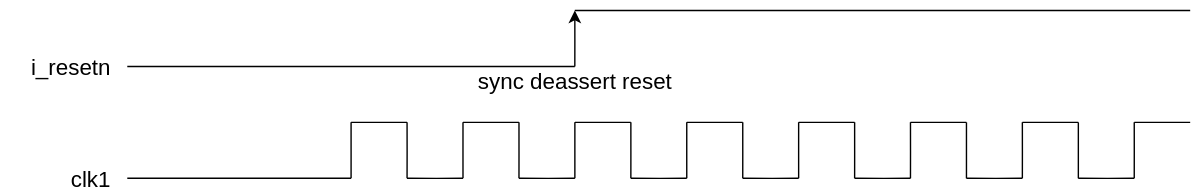
The draw.io diagram de/platform_clk_resetn_gen/gen_resetn/include/power_on_reset_clock_sequence.svg in jnjnliwenjie0022/obs, before a commit. Source tidied: cells renumbered, new cells last; positions are measured from the earlier drawing's top-left corner, leaving out a move shared by most shapes. Source of this version:
```xml
<mxGraphModel background="#ffffff">
  <root>
    <mxCell id="0" />
    <mxCell id="1" parent="0" />
    <mxCell id="2" style="edgeStyle=orthogonalEdgeStyle;rounded=0;orthogonalLoop=1;jettySize=auto;html=1;endArrow=none;endFill=0;" parent="1" edge="1">
      <mxGeometry relative="1" as="geometry">
        <mxPoint x="90" y="40" as="sourcePoint" />
        <mxPoint x="410" y="40" as="targetPoint" />
      </mxGeometry>
    </mxCell>
    <mxCell id="3" style="edgeStyle=orthogonalEdgeStyle;rounded=0;orthogonalLoop=1;jettySize=auto;html=1;endArrow=classic;endFill=1;" parent="1" edge="1">
      <mxGeometry relative="1" as="geometry">
        <mxPoint x="410" y="40" as="sourcePoint" />
        <mxPoint x="410" as="targetPoint" />
      </mxGeometry>
    </mxCell>
    <mxCell id="4" style="edgeStyle=orthogonalEdgeStyle;rounded=0;orthogonalLoop=1;jettySize=auto;html=1;endArrow=none;endFill=0;" parent="1" edge="1">
      <mxGeometry relative="1" as="geometry">
        <mxPoint x="410" as="sourcePoint" />
        <mxPoint x="850" as="targetPoint" />
      </mxGeometry>
    </mxCell>
    <mxCell id="5" style="edgeStyle=orthogonalEdgeStyle;rounded=0;orthogonalLoop=1;jettySize=auto;html=1;endArrow=none;endFill=0;" parent="1" edge="1">
      <mxGeometry relative="1" as="geometry">
        <mxPoint x="330" y="120" as="sourcePoint" />
        <mxPoint x="330" y="80" as="targetPoint" />
      </mxGeometry>
    </mxCell>
    <mxCell id="6" style="edgeStyle=orthogonalEdgeStyle;rounded=0;orthogonalLoop=1;jettySize=auto;html=1;endArrow=none;endFill=0;" parent="1" edge="1">
      <mxGeometry relative="1" as="geometry">
        <mxPoint x="370.1" y="120" as="sourcePoint" />
        <mxPoint x="370.1" y="80" as="targetPoint" />
      </mxGeometry>
    </mxCell>
    <mxCell id="7" style="edgeStyle=orthogonalEdgeStyle;rounded=0;orthogonalLoop=1;jettySize=auto;html=1;endArrow=none;endFill=0;" parent="1" edge="1">
      <mxGeometry relative="1" as="geometry">
        <mxPoint x="330" y="80" as="sourcePoint" />
        <mxPoint x="370" y="80" as="targetPoint" />
      </mxGeometry>
    </mxCell>
    <mxCell id="8" style="edgeStyle=orthogonalEdgeStyle;rounded=0;orthogonalLoop=1;jettySize=auto;html=1;endArrow=none;endFill=0;" parent="1" edge="1">
      <mxGeometry relative="1" as="geometry">
        <mxPoint x="410" y="120" as="sourcePoint" />
        <mxPoint x="410" y="80" as="targetPoint" />
      </mxGeometry>
    </mxCell>
    <mxCell id="9" style="edgeStyle=orthogonalEdgeStyle;rounded=0;orthogonalLoop=1;jettySize=auto;html=1;endArrow=none;endFill=0;" parent="1" edge="1">
      <mxGeometry relative="1" as="geometry">
        <mxPoint x="370" y="120" as="sourcePoint" />
        <mxPoint x="410" y="120" as="targetPoint" />
      </mxGeometry>
    </mxCell>
    <mxCell id="10" style="edgeStyle=orthogonalEdgeStyle;rounded=0;orthogonalLoop=1;jettySize=auto;html=1;endArrow=none;endFill=0;" parent="1" edge="1">
      <mxGeometry relative="1" as="geometry">
        <mxPoint x="450.1" y="120" as="sourcePoint" />
        <mxPoint x="450.1" y="80" as="targetPoint" />
      </mxGeometry>
    </mxCell>
    <mxCell id="11" style="edgeStyle=orthogonalEdgeStyle;rounded=0;orthogonalLoop=1;jettySize=auto;html=1;endArrow=none;endFill=0;" parent="1" edge="1">
      <mxGeometry relative="1" as="geometry">
        <mxPoint x="410" y="80" as="sourcePoint" />
        <mxPoint x="450" y="80" as="targetPoint" />
      </mxGeometry>
    </mxCell>
    <mxCell id="12" style="edgeStyle=orthogonalEdgeStyle;rounded=0;orthogonalLoop=1;jettySize=auto;html=1;endArrow=none;endFill=0;" parent="1" edge="1">
      <mxGeometry relative="1" as="geometry">
        <mxPoint x="490" y="120" as="sourcePoint" />
        <mxPoint x="490" y="80" as="targetPoint" />
      </mxGeometry>
    </mxCell>
    <mxCell id="13" style="edgeStyle=orthogonalEdgeStyle;rounded=0;orthogonalLoop=1;jettySize=auto;html=1;endArrow=none;endFill=0;" parent="1" edge="1">
      <mxGeometry relative="1" as="geometry">
        <mxPoint x="450" y="120" as="sourcePoint" />
        <mxPoint x="490" y="120" as="targetPoint" />
      </mxGeometry>
    </mxCell>
    <mxCell id="14" style="edgeStyle=orthogonalEdgeStyle;rounded=0;orthogonalLoop=1;jettySize=auto;html=1;endArrow=none;endFill=0;" parent="1" edge="1">
      <mxGeometry relative="1" as="geometry">
        <mxPoint x="530.1" y="120" as="sourcePoint" />
        <mxPoint x="530.1" y="80" as="targetPoint" />
      </mxGeometry>
    </mxCell>
    <mxCell id="15" style="edgeStyle=orthogonalEdgeStyle;rounded=0;orthogonalLoop=1;jettySize=auto;html=1;endArrow=none;endFill=0;" parent="1" edge="1">
      <mxGeometry relative="1" as="geometry">
        <mxPoint x="490" y="80" as="sourcePoint" />
        <mxPoint x="530" y="80" as="targetPoint" />
      </mxGeometry>
    </mxCell>
    <mxCell id="16" style="edgeStyle=orthogonalEdgeStyle;rounded=0;orthogonalLoop=1;jettySize=auto;html=1;endArrow=none;endFill=0;" parent="1" edge="1">
      <mxGeometry relative="1" as="geometry">
        <mxPoint x="570" y="120" as="sourcePoint" />
        <mxPoint x="570" y="80" as="targetPoint" />
      </mxGeometry>
    </mxCell>
    <mxCell id="17" style="edgeStyle=orthogonalEdgeStyle;rounded=0;orthogonalLoop=1;jettySize=auto;html=1;endArrow=none;endFill=0;" parent="1" edge="1">
      <mxGeometry relative="1" as="geometry">
        <mxPoint x="530" y="120" as="sourcePoint" />
        <mxPoint x="570" y="120" as="targetPoint" />
      </mxGeometry>
    </mxCell>
    <mxCell id="18" style="edgeStyle=orthogonalEdgeStyle;rounded=0;orthogonalLoop=1;jettySize=auto;html=1;endArrow=none;endFill=0;" parent="1" edge="1">
      <mxGeometry relative="1" as="geometry">
        <mxPoint x="610.1" y="120" as="sourcePoint" />
        <mxPoint x="610.1" y="80" as="targetPoint" />
      </mxGeometry>
    </mxCell>
    <mxCell id="19" style="edgeStyle=orthogonalEdgeStyle;rounded=0;orthogonalLoop=1;jettySize=auto;html=1;endArrow=none;endFill=0;" parent="1" edge="1">
      <mxGeometry relative="1" as="geometry">
        <mxPoint x="570" y="80" as="sourcePoint" />
        <mxPoint x="610" y="80" as="targetPoint" />
      </mxGeometry>
    </mxCell>
    <mxCell id="20" style="edgeStyle=orthogonalEdgeStyle;rounded=0;orthogonalLoop=1;jettySize=auto;html=1;endArrow=none;endFill=0;" parent="1" edge="1">
      <mxGeometry relative="1" as="geometry">
        <mxPoint x="610" y="120" as="sourcePoint" />
        <mxPoint x="650" y="120" as="targetPoint" />
      </mxGeometry>
    </mxCell>
    <mxCell id="21" style="edgeStyle=orthogonalEdgeStyle;rounded=0;orthogonalLoop=1;jettySize=auto;html=1;endArrow=none;endFill=0;" parent="1" edge="1">
      <mxGeometry relative="1" as="geometry">
        <mxPoint x="250" y="120" as="sourcePoint" />
        <mxPoint x="250" y="80" as="targetPoint" />
      </mxGeometry>
    </mxCell>
    <mxCell id="22" style="edgeStyle=orthogonalEdgeStyle;rounded=0;orthogonalLoop=1;jettySize=auto;html=1;endArrow=none;endFill=0;" parent="1" edge="1">
      <mxGeometry relative="1" as="geometry">
        <mxPoint x="290.1" y="120" as="sourcePoint" />
        <mxPoint x="290.1" y="80" as="targetPoint" />
      </mxGeometry>
    </mxCell>
    <mxCell id="23" style="edgeStyle=orthogonalEdgeStyle;rounded=0;orthogonalLoop=1;jettySize=auto;html=1;endArrow=none;endFill=0;" parent="1" edge="1">
      <mxGeometry relative="1" as="geometry">
        <mxPoint x="250" y="80" as="sourcePoint" />
        <mxPoint x="290" y="80" as="targetPoint" />
      </mxGeometry>
    </mxCell>
    <mxCell id="24" style="edgeStyle=orthogonalEdgeStyle;rounded=0;orthogonalLoop=1;jettySize=auto;html=1;endArrow=none;endFill=0;" parent="1" edge="1">
      <mxGeometry relative="1" as="geometry">
        <mxPoint x="290" y="120" as="sourcePoint" />
        <mxPoint x="330" y="120" as="targetPoint" />
      </mxGeometry>
    </mxCell>
    <mxCell id="25" style="edgeStyle=orthogonalEdgeStyle;rounded=0;orthogonalLoop=1;jettySize=auto;html=1;endArrow=none;endFill=0;" parent="1" edge="1">
      <mxGeometry relative="1" as="geometry">
        <mxPoint x="90" y="120" as="sourcePoint" />
        <mxPoint x="250" y="120" as="targetPoint" />
      </mxGeometry>
    </mxCell>
    <mxCell id="26" style="edgeStyle=orthogonalEdgeStyle;rounded=0;orthogonalLoop=1;jettySize=auto;html=1;endArrow=none;endFill=0;" parent="1" edge="1">
      <mxGeometry relative="1" as="geometry">
        <mxPoint x="650" y="120" as="sourcePoint" />
        <mxPoint x="650" y="80" as="targetPoint" />
      </mxGeometry>
    </mxCell>
    <mxCell id="27" style="edgeStyle=orthogonalEdgeStyle;rounded=0;orthogonalLoop=1;jettySize=auto;html=1;endArrow=none;endFill=0;" parent="1" edge="1">
      <mxGeometry relative="1" as="geometry">
        <mxPoint x="690" y="120" as="sourcePoint" />
        <mxPoint x="690" y="80" as="targetPoint" />
      </mxGeometry>
    </mxCell>
    <mxCell id="28" style="edgeStyle=orthogonalEdgeStyle;rounded=0;orthogonalLoop=1;jettySize=auto;html=1;endArrow=none;endFill=0;" parent="1" edge="1">
      <mxGeometry relative="1" as="geometry">
        <mxPoint x="650" y="80" as="sourcePoint" />
        <mxPoint x="690" y="80" as="targetPoint" />
      </mxGeometry>
    </mxCell>
    <mxCell id="29" style="edgeStyle=orthogonalEdgeStyle;rounded=0;orthogonalLoop=1;jettySize=auto;html=1;endArrow=none;endFill=0;" parent="1" edge="1">
      <mxGeometry relative="1" as="geometry">
        <mxPoint x="730" y="120" as="sourcePoint" />
        <mxPoint x="730" y="80" as="targetPoint" />
      </mxGeometry>
    </mxCell>
    <mxCell id="30" style="edgeStyle=orthogonalEdgeStyle;rounded=0;orthogonalLoop=1;jettySize=auto;html=1;endArrow=none;endFill=0;" parent="1" edge="1">
      <mxGeometry relative="1" as="geometry">
        <mxPoint x="690" y="120" as="sourcePoint" />
        <mxPoint x="730" y="120" as="targetPoint" />
      </mxGeometry>
    </mxCell>
    <mxCell id="31" style="edgeStyle=orthogonalEdgeStyle;rounded=0;orthogonalLoop=1;jettySize=auto;html=1;endArrow=none;endFill=0;" parent="1" edge="1">
      <mxGeometry relative="1" as="geometry">
        <mxPoint x="770" y="120" as="sourcePoint" />
        <mxPoint x="770" y="80" as="targetPoint" />
      </mxGeometry>
    </mxCell>
    <mxCell id="32" style="edgeStyle=orthogonalEdgeStyle;rounded=0;orthogonalLoop=1;jettySize=auto;html=1;endArrow=none;endFill=0;" parent="1" edge="1">
      <mxGeometry relative="1" as="geometry">
        <mxPoint x="730" y="80" as="sourcePoint" />
        <mxPoint x="770" y="80" as="targetPoint" />
      </mxGeometry>
    </mxCell>
    <mxCell id="33" style="edgeStyle=orthogonalEdgeStyle;rounded=0;orthogonalLoop=1;jettySize=auto;html=1;endArrow=none;endFill=0;" parent="1" edge="1">
      <mxGeometry relative="1" as="geometry">
        <mxPoint x="810" y="120" as="sourcePoint" />
        <mxPoint x="810" y="80" as="targetPoint" />
      </mxGeometry>
    </mxCell>
    <mxCell id="34" style="edgeStyle=orthogonalEdgeStyle;rounded=0;orthogonalLoop=1;jettySize=auto;html=1;endArrow=none;endFill=0;" parent="1" edge="1">
      <mxGeometry relative="1" as="geometry">
        <mxPoint x="770" y="120" as="sourcePoint" />
        <mxPoint x="810" y="120" as="targetPoint" />
      </mxGeometry>
    </mxCell>
    <mxCell id="35" style="edgeStyle=orthogonalEdgeStyle;rounded=0;orthogonalLoop=1;jettySize=auto;html=1;endArrow=none;endFill=0;" parent="1" edge="1">
      <mxGeometry relative="1" as="geometry">
        <mxPoint x="810" y="80" as="sourcePoint" />
        <mxPoint x="850" y="80" as="targetPoint" />
      </mxGeometry>
    </mxCell>
    <mxCell id="36" value="i_resetn" style="rounded=0;whiteSpace=wrap;html=1;fontSize=16;fillColor=none;strokeColor=none;align=right;" parent="1" vertex="1">
      <mxGeometry y="30" width="80" height="20" as="geometry" />
    </mxCell>
    <mxCell id="37" value="clk1" style="rounded=0;whiteSpace=wrap;html=1;fontSize=16;fillColor=none;strokeColor=none;align=right;" parent="1" vertex="1">
      <mxGeometry y="110" width="80" height="20" as="geometry" />
    </mxCell>
    <mxCell id="38" value="sync&amp;nbsp;deassert&amp;nbsp;reset" style="rounded=0;whiteSpace=wrap;html=1;fontSize=16;fillColor=none;strokeColor=none;align=center;" parent="1" vertex="1">
      <mxGeometry x="340" y="40" width="140" height="20" as="geometry" />
    </mxCell>
  </root>
</mxGraphModel>
```
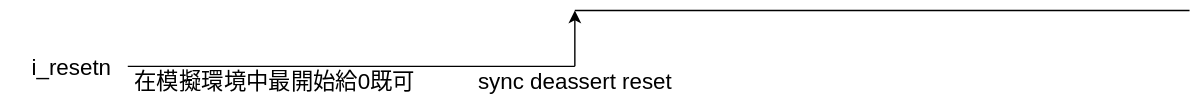
After the commit.

The edit, as a diff of the source:
```diff
@@ -20,200 +20,14 @@
         <mxPoint x="850" as="targetPoint" />
       </mxGeometry>
     </mxCell>
-    <mxCell id="5" style="edgeStyle=orthogonalEdgeStyle;rounded=0;orthogonalLoop=1;jettySize=auto;html=1;endArrow=none;endFill=0;" parent="1" edge="1">
-      <mxGeometry relative="1" as="geometry">
-        <mxPoint x="330" y="120" as="sourcePoint" />
-        <mxPoint x="330" y="80" as="targetPoint" />
-      </mxGeometry>
-    </mxCell>
-    <mxCell id="6" style="edgeStyle=orthogonalEdgeStyle;rounded=0;orthogonalLoop=1;jettySize=auto;html=1;endArrow=none;endFill=0;" parent="1" edge="1">
-      <mxGeometry relative="1" as="geometry">
-        <mxPoint x="370.1" y="120" as="sourcePoint" />
-        <mxPoint x="370.1" y="80" as="targetPoint" />
-      </mxGeometry>
-    </mxCell>
-    <mxCell id="7" style="edgeStyle=orthogonalEdgeStyle;rounded=0;orthogonalLoop=1;jettySize=auto;html=1;endArrow=none;endFill=0;" parent="1" edge="1">
-      <mxGeometry relative="1" as="geometry">
-        <mxPoint x="330" y="80" as="sourcePoint" />
-        <mxPoint x="370" y="80" as="targetPoint" />
-      </mxGeometry>
-    </mxCell>
-    <mxCell id="8" style="edgeStyle=orthogonalEdgeStyle;rounded=0;orthogonalLoop=1;jettySize=auto;html=1;endArrow=none;endFill=0;" parent="1" edge="1">
-      <mxGeometry relative="1" as="geometry">
-        <mxPoint x="410" y="120" as="sourcePoint" />
-        <mxPoint x="410" y="80" as="targetPoint" />
-      </mxGeometry>
-    </mxCell>
-    <mxCell id="9" style="edgeStyle=orthogonalEdgeStyle;rounded=0;orthogonalLoop=1;jettySize=auto;html=1;endArrow=none;endFill=0;" parent="1" edge="1">
-      <mxGeometry relative="1" as="geometry">
-        <mxPoint x="370" y="120" as="sourcePoint" />
-        <mxPoint x="410" y="120" as="targetPoint" />
-      </mxGeometry>
-    </mxCell>
-    <mxCell id="10" style="edgeStyle=orthogonalEdgeStyle;rounded=0;orthogonalLoop=1;jettySize=auto;html=1;endArrow=none;endFill=0;" parent="1" edge="1">
-      <mxGeometry relative="1" as="geometry">
-        <mxPoint x="450.1" y="120" as="sourcePoint" />
-        <mxPoint x="450.1" y="80" as="targetPoint" />
-      </mxGeometry>
-    </mxCell>
-    <mxCell id="11" style="edgeStyle=orthogonalEdgeStyle;rounded=0;orthogonalLoop=1;jettySize=auto;html=1;endArrow=none;endFill=0;" parent="1" edge="1">
-      <mxGeometry relative="1" as="geometry">
-        <mxPoint x="410" y="80" as="sourcePoint" />
-        <mxPoint x="450" y="80" as="targetPoint" />
-      </mxGeometry>
-    </mxCell>
-    <mxCell id="12" style="edgeStyle=orthogonalEdgeStyle;rounded=0;orthogonalLoop=1;jettySize=auto;html=1;endArrow=none;endFill=0;" parent="1" edge="1">
-      <mxGeometry relative="1" as="geometry">
-        <mxPoint x="490" y="120" as="sourcePoint" />
-        <mxPoint x="490" y="80" as="targetPoint" />
-      </mxGeometry>
-    </mxCell>
-    <mxCell id="13" style="edgeStyle=orthogonalEdgeStyle;rounded=0;orthogonalLoop=1;jettySize=auto;html=1;endArrow=none;endFill=0;" parent="1" edge="1">
-      <mxGeometry relative="1" as="geometry">
-        <mxPoint x="450" y="120" as="sourcePoint" />
-        <mxPoint x="490" y="120" as="targetPoint" />
-      </mxGeometry>
-    </mxCell>
-    <mxCell id="14" style="edgeStyle=orthogonalEdgeStyle;rounded=0;orthogonalLoop=1;jettySize=auto;html=1;endArrow=none;endFill=0;" parent="1" edge="1">
-      <mxGeometry relative="1" as="geometry">
-        <mxPoint x="530.1" y="120" as="sourcePoint" />
-        <mxPoint x="530.1" y="80" as="targetPoint" />
-      </mxGeometry>
-    </mxCell>
-    <mxCell id="15" style="edgeStyle=orthogonalEdgeStyle;rounded=0;orthogonalLoop=1;jettySize=auto;html=1;endArrow=none;endFill=0;" parent="1" edge="1">
-      <mxGeometry relative="1" as="geometry">
-        <mxPoint x="490" y="80" as="sourcePoint" />
-        <mxPoint x="530" y="80" as="targetPoint" />
-      </mxGeometry>
-    </mxCell>
-    <mxCell id="16" style="edgeStyle=orthogonalEdgeStyle;rounded=0;orthogonalLoop=1;jettySize=auto;html=1;endArrow=none;endFill=0;" parent="1" edge="1">
-      <mxGeometry relative="1" as="geometry">
-        <mxPoint x="570" y="120" as="sourcePoint" />
-        <mxPoint x="570" y="80" as="targetPoint" />
-      </mxGeometry>
-    </mxCell>
-    <mxCell id="17" style="edgeStyle=orthogonalEdgeStyle;rounded=0;orthogonalLoop=1;jettySize=auto;html=1;endArrow=none;endFill=0;" parent="1" edge="1">
-      <mxGeometry relative="1" as="geometry">
-        <mxPoint x="530" y="120" as="sourcePoint" />
-        <mxPoint x="570" y="120" as="targetPoint" />
-      </mxGeometry>
-    </mxCell>
-    <mxCell id="18" style="edgeStyle=orthogonalEdgeStyle;rounded=0;orthogonalLoop=1;jettySize=auto;html=1;endArrow=none;endFill=0;" parent="1" edge="1">
-      <mxGeometry relative="1" as="geometry">
-        <mxPoint x="610.1" y="120" as="sourcePoint" />
-        <mxPoint x="610.1" y="80" as="targetPoint" />
-      </mxGeometry>
-    </mxCell>
-    <mxCell id="19" style="edgeStyle=orthogonalEdgeStyle;rounded=0;orthogonalLoop=1;jettySize=auto;html=1;endArrow=none;endFill=0;" parent="1" edge="1">
-      <mxGeometry relative="1" as="geometry">
-        <mxPoint x="570" y="80" as="sourcePoint" />
-        <mxPoint x="610" y="80" as="targetPoint" />
-      </mxGeometry>
-    </mxCell>
-    <mxCell id="20" style="edgeStyle=orthogonalEdgeStyle;rounded=0;orthogonalLoop=1;jettySize=auto;html=1;endArrow=none;endFill=0;" parent="1" edge="1">
-      <mxGeometry relative="1" as="geometry">
-        <mxPoint x="610" y="120" as="sourcePoint" />
-        <mxPoint x="650" y="120" as="targetPoint" />
-      </mxGeometry>
-    </mxCell>
-    <mxCell id="21" style="edgeStyle=orthogonalEdgeStyle;rounded=0;orthogonalLoop=1;jettySize=auto;html=1;endArrow=none;endFill=0;" parent="1" edge="1">
-      <mxGeometry relative="1" as="geometry">
-        <mxPoint x="250" y="120" as="sourcePoint" />
-        <mxPoint x="250" y="80" as="targetPoint" />
-      </mxGeometry>
-    </mxCell>
-    <mxCell id="22" style="edgeStyle=orthogonalEdgeStyle;rounded=0;orthogonalLoop=1;jettySize=auto;html=1;endArrow=none;endFill=0;" parent="1" edge="1">
-      <mxGeometry relative="1" as="geometry">
-        <mxPoint x="290.1" y="120" as="sourcePoint" />
-        <mxPoint x="290.1" y="80" as="targetPoint" />
-      </mxGeometry>
-    </mxCell>
-    <mxCell id="23" style="edgeStyle=orthogonalEdgeStyle;rounded=0;orthogonalLoop=1;jettySize=auto;html=1;endArrow=none;endFill=0;" parent="1" edge="1">
-      <mxGeometry relative="1" as="geometry">
-        <mxPoint x="250" y="80" as="sourcePoint" />
-        <mxPoint x="290" y="80" as="targetPoint" />
-      </mxGeometry>
-    </mxCell>
-    <mxCell id="24" style="edgeStyle=orthogonalEdgeStyle;rounded=0;orthogonalLoop=1;jettySize=auto;html=1;endArrow=none;endFill=0;" parent="1" edge="1">
-      <mxGeometry relative="1" as="geometry">
-        <mxPoint x="290" y="120" as="sourcePoint" />
-        <mxPoint x="330" y="120" as="targetPoint" />
-      </mxGeometry>
-    </mxCell>
-    <mxCell id="25" style="edgeStyle=orthogonalEdgeStyle;rounded=0;orthogonalLoop=1;jettySize=auto;html=1;endArrow=none;endFill=0;" parent="1" edge="1">
-      <mxGeometry relative="1" as="geometry">
-        <mxPoint x="90" y="120" as="sourcePoint" />
-        <mxPoint x="250" y="120" as="targetPoint" />
-      </mxGeometry>
-    </mxCell>
-    <mxCell id="26" style="edgeStyle=orthogonalEdgeStyle;rounded=0;orthogonalLoop=1;jettySize=auto;html=1;endArrow=none;endFill=0;" parent="1" edge="1">
-      <mxGeometry relative="1" as="geometry">
-        <mxPoint x="650" y="120" as="sourcePoint" />
-        <mxPoint x="650" y="80" as="targetPoint" />
-      </mxGeometry>
-    </mxCell>
-    <mxCell id="27" style="edgeStyle=orthogonalEdgeStyle;rounded=0;orthogonalLoop=1;jettySize=auto;html=1;endArrow=none;endFill=0;" parent="1" edge="1">
-      <mxGeometry relative="1" as="geometry">
-        <mxPoint x="690" y="120" as="sourcePoint" />
-        <mxPoint x="690" y="80" as="targetPoint" />
-      </mxGeometry>
-    </mxCell>
-    <mxCell id="28" style="edgeStyle=orthogonalEdgeStyle;rounded=0;orthogonalLoop=1;jettySize=auto;html=1;endArrow=none;endFill=0;" parent="1" edge="1">
-      <mxGeometry relative="1" as="geometry">
-        <mxPoint x="650" y="80" as="sourcePoint" />
-        <mxPoint x="690" y="80" as="targetPoint" />
-      </mxGeometry>
-    </mxCell>
-    <mxCell id="29" style="edgeStyle=orthogonalEdgeStyle;rounded=0;orthogonalLoop=1;jettySize=auto;html=1;endArrow=none;endFill=0;" parent="1" edge="1">
-      <mxGeometry relative="1" as="geometry">
-        <mxPoint x="730" y="120" as="sourcePoint" />
-        <mxPoint x="730" y="80" as="targetPoint" />
-      </mxGeometry>
-    </mxCell>
-    <mxCell id="30" style="edgeStyle=orthogonalEdgeStyle;rounded=0;orthogonalLoop=1;jettySize=auto;html=1;endArrow=none;endFill=0;" parent="1" edge="1">
-      <mxGeometry relative="1" as="geometry">
-        <mxPoint x="690" y="120" as="sourcePoint" />
-        <mxPoint x="730" y="120" as="targetPoint" />
-      </mxGeometry>
-    </mxCell>
-    <mxCell id="31" style="edgeStyle=orthogonalEdgeStyle;rounded=0;orthogonalLoop=1;jettySize=auto;html=1;endArrow=none;endFill=0;" parent="1" edge="1">
-      <mxGeometry relative="1" as="geometry">
-        <mxPoint x="770" y="120" as="sourcePoint" />
-        <mxPoint x="770" y="80" as="targetPoint" />
-      </mxGeometry>
-    </mxCell>
-    <mxCell id="32" style="edgeStyle=orthogonalEdgeStyle;rounded=0;orthogonalLoop=1;jettySize=auto;html=1;endArrow=none;endFill=0;" parent="1" edge="1">
-      <mxGeometry relative="1" as="geometry">
-        <mxPoint x="730" y="80" as="sourcePoint" />
-        <mxPoint x="770" y="80" as="targetPoint" />
-      </mxGeometry>
-    </mxCell>
-    <mxCell id="33" style="edgeStyle=orthogonalEdgeStyle;rounded=0;orthogonalLoop=1;jettySize=auto;html=1;endArrow=none;endFill=0;" parent="1" edge="1">
-      <mxGeometry relative="1" as="geometry">
-        <mxPoint x="810" y="120" as="sourcePoint" />
-        <mxPoint x="810" y="80" as="targetPoint" />
-      </mxGeometry>
-    </mxCell>
-    <mxCell id="34" style="edgeStyle=orthogonalEdgeStyle;rounded=0;orthogonalLoop=1;jettySize=auto;html=1;endArrow=none;endFill=0;" parent="1" edge="1">
-      <mxGeometry relative="1" as="geometry">
-        <mxPoint x="770" y="120" as="sourcePoint" />
-        <mxPoint x="810" y="120" as="targetPoint" />
-      </mxGeometry>
-    </mxCell>
-    <mxCell id="35" style="edgeStyle=orthogonalEdgeStyle;rounded=0;orthogonalLoop=1;jettySize=auto;html=1;endArrow=none;endFill=0;" parent="1" edge="1">
-      <mxGeometry relative="1" as="geometry">
-        <mxPoint x="810" y="80" as="sourcePoint" />
-        <mxPoint x="850" y="80" as="targetPoint" />
-      </mxGeometry>
-    </mxCell>
     <mxCell id="36" value="i_resetn" style="rounded=0;whiteSpace=wrap;html=1;fontSize=16;fillColor=none;strokeColor=none;align=right;" parent="1" vertex="1">
       <mxGeometry y="30" width="80" height="20" as="geometry" />
     </mxCell>
-    <mxCell id="37" value="clk1" style="rounded=0;whiteSpace=wrap;html=1;fontSize=16;fillColor=none;strokeColor=none;align=right;" parent="1" vertex="1">
-      <mxGeometry y="110" width="80" height="20" as="geometry" />
-    </mxCell>
     <mxCell id="38" value="sync&amp;nbsp;deassert&amp;nbsp;reset" style="rounded=0;whiteSpace=wrap;html=1;fontSize=16;fillColor=none;strokeColor=none;align=center;" parent="1" vertex="1">
       <mxGeometry x="340" y="40" width="140" height="20" as="geometry" />
     </mxCell>
+    <mxCell id="39" value="在模擬環境中最開始給0既可" style="rounded=0;whiteSpace=wrap;html=1;fontSize=16;fillColor=none;strokeColor=none;align=center;" parent="1" vertex="1">
+      <mxGeometry x="90" y="40" width="210" height="20" as="geometry" />
+    </mxCell>
   </root>
 </mxGraphModel>
```
